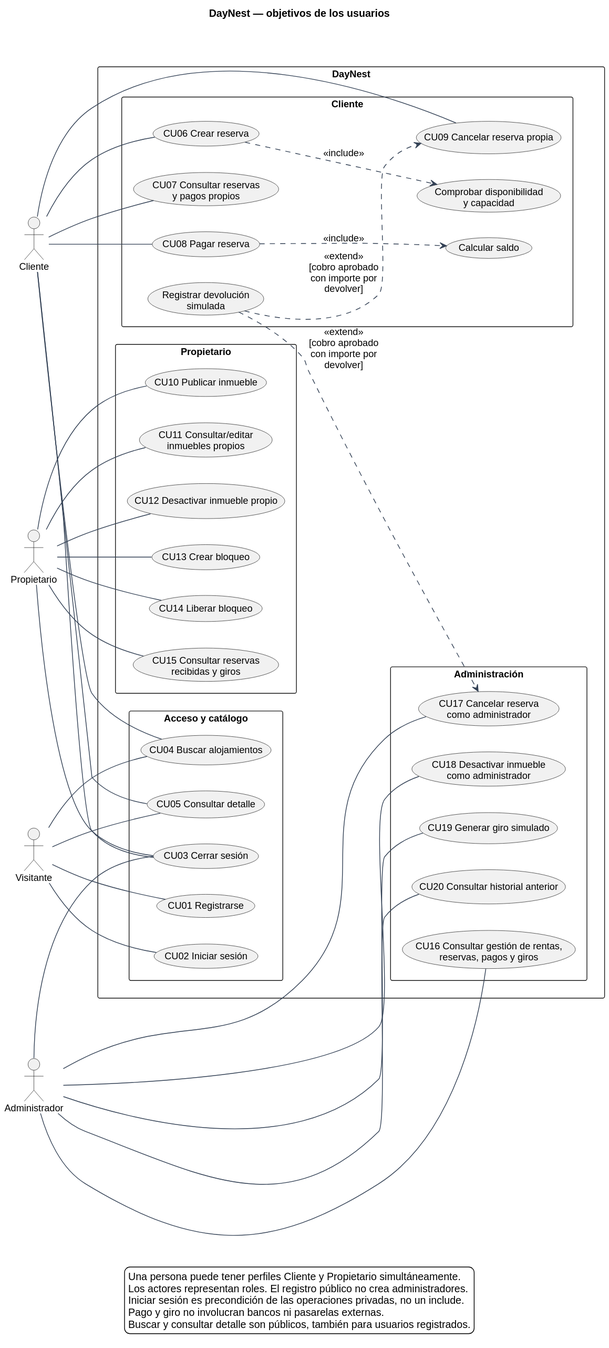
Above: docs/diagramas/02_casos_uso.svg in Davidjp11p07/DayNest (PlantUML), before the change. Its diagram source:
```plantuml
@startuml
!undef USAR_SMETANA
!include estilo.iuml
title DayNest — objetivos de los usuarios
left to right direction
actor Visitante as v
actor Cliente as c
actor Propietario as p
actor Administrador as a
rectangle DayNest {
  package "Acceso y catálogo" {
    usecase "CU01 Registrarse" as registro
    usecase "CU02 Iniciar sesión" as login
    usecase "CU03 Cerrar sesión" as salir
    usecase "CU04 Buscar alojamientos" as buscar
    usecase "CU05 Consultar detalle" as detalle
  }
  package "Cliente" {
    usecase "CU06 Crear reserva" as reservar
    usecase "CU07 Consultar reservas\ny pagos propios" as propias
    usecase "CU08 Pagar reserva" as pagar
    usecase "CU09 Cancelar reserva propia" as cancelar
    usecase "Calcular saldo" as saldo
    usecase "Comprobar disponibilidad\ny capacidad" as comprobar
    usecase "Registrar devolución\nsimulada" as devolver
  }
  package "Propietario" {
    usecase "CU10 Publicar inmueble" as publicar
    usecase "CU11 Consultar/editar\ninmuebles propios" as editar
    usecase "CU12 Desactivar inmueble propio" as desactivar
    usecase "CU13 Crear bloqueo" as bloquear
    usecase "CU14 Liberar bloqueo" as liberar
    usecase "CU15 Consultar reservas\nrecibidas y giros" as recibidas
  }
  package "Administración" {
    usecase "CU16 Consultar gestión de rentas,\nreservas, pagos y giros" as gestionar
    usecase "CU17 Cancelar reserva\ncomo administrador" as cancelarAdmin
    usecase "CU18 Desactivar inmueble\ncomo administrador" as desactivarAdmin
    usecase "CU19 Generar giro simulado" as giro
    usecase "CU20 Consultar historial anterior" as historial
  }
}
v -- registro
v -- login
v -- buscar
v -- detalle
c -- salir
c -- buscar
c -- detalle
c -- reservar
c -- propias
c -- pagar
c -- cancelar
p -- salir
p -- publicar
p -- editar
p -- desactivar
p -- bloquear
p -- liberar
p -- recibidas
a -- salir
a -- gestionar
a -- cancelarAdmin
a -- desactivarAdmin
a -- giro
a -- historial
reservar ..> comprobar : <<include>>
pagar ..> saldo : <<include>>
devolver ..> cancelar : <<extend>>\n[cobro aprobado con importe por devolver]
devolver ..> cancelarAdmin : <<extend>>\n[cobro aprobado con importe por devolver]
legend bottom
  Una persona puede tener perfiles Cliente y Propietario simultáneamente.
  Los actores representan roles. El registro público no crea administradores.
  Iniciar sesión es precondición de las operaciones privadas, no un include.
  Pago y giro no involucran bancos ni pasarelas externas.
  Buscar y consultar detalle son públicos, también para usuarios registrados.
endlegend
@enduml
```
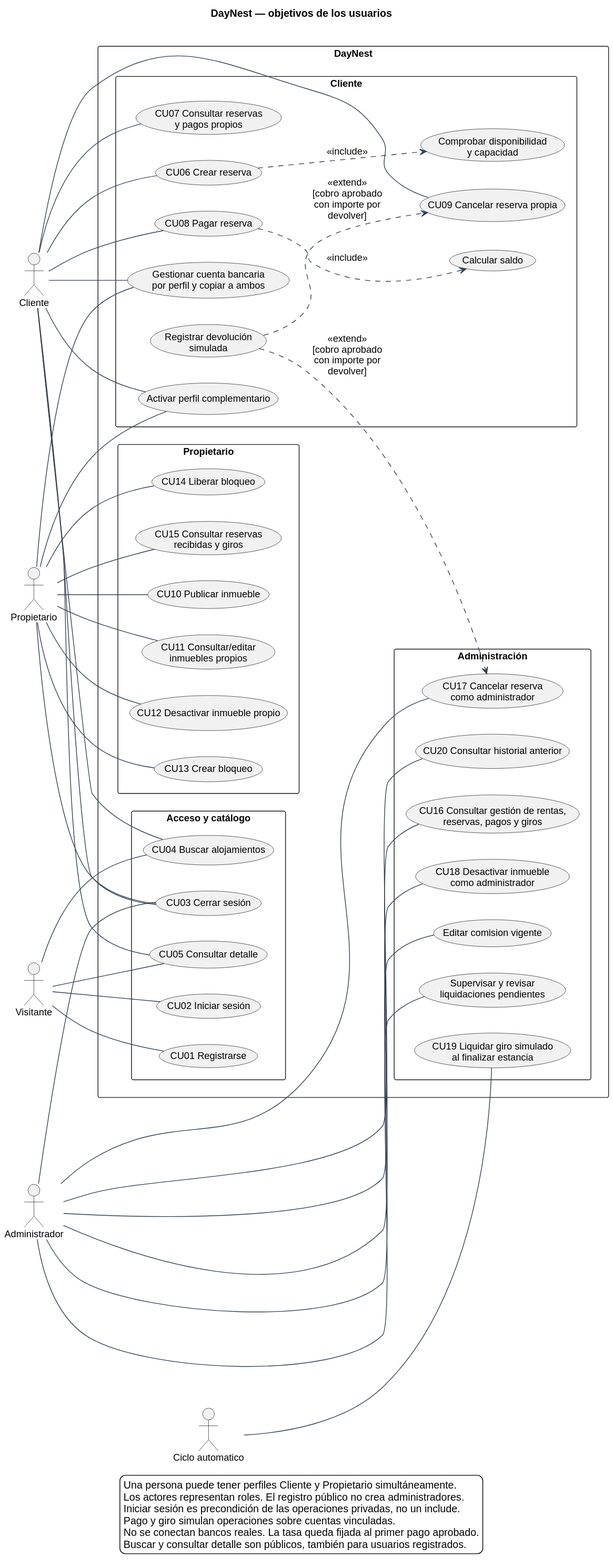
Later version of the same file.

The edit, as a diff of the source:
```diff
@@ -1,4 +1,5 @@
 @startuml
+skinparamlocked metana null
 !undef USAR_SMETANA
 !include estilo.iuml
 title DayNest — objetivos de los usuarios
@@ -7,6 +8,7 @@
 actor Cliente as c
 actor Propietario as p
 actor Administrador as a
+actor "Ciclo automatico" as sistema
 rectangle DayNest {
   package "Acceso y catálogo" {
     usecase "CU01 Registrarse" as registro
@@ -16,6 +18,8 @@
     usecase "CU05 Consultar detalle" as detalle
   }
   package "Cliente" {
+    usecase "Gestionar cuenta bancaria\npor perfil y copiar a ambos" as cuentas
+    usecase "Activar perfil complementario" as perfiles
     usecase "CU06 Crear reserva" as reservar
     usecase "CU07 Consultar reservas\ny pagos propios" as propias
     usecase "CU08 Pagar reserva" as pagar
@@ -36,7 +40,9 @@
     usecase "CU16 Consultar gestión de rentas,\nreservas, pagos y giros" as gestionar
     usecase "CU17 Cancelar reserva\ncomo administrador" as cancelarAdmin
     usecase "CU18 Desactivar inmueble\ncomo administrador" as desactivarAdmin
-    usecase "CU19 Generar giro simulado" as giro
+    usecase "CU19 Liquidar giro simulado\nal finalizar estancia" as giro
+    usecase "Editar comision vigente" as comision
+    usecase "Supervisar y revisar\nliquidaciones pendientes" as supervision
     usecase "CU20 Consultar historial anterior" as historial
   }
 }
@@ -49,6 +55,10 @@
 c -- detalle
 c -- reservar
 c -- propias
+c -- cuentas
+p -- cuentas
+c -- perfiles
+p -- perfiles
 c -- pagar
 c -- cancelar
 p -- salir
@@ -62,7 +72,9 @@
 a -- gestionar
 a -- cancelarAdmin
 a -- desactivarAdmin
-a -- giro
+sistema -- giro
+a -- comision
+a -- supervision
 a -- historial
 reservar ..> comprobar : <<include>>
 pagar ..> saldo : <<include>>
@@ -72,7 +84,8 @@
   Una persona puede tener perfiles Cliente y Propietario simultáneamente.
   Los actores representan roles. El registro público no crea administradores.
   Iniciar sesión es precondición de las operaciones privadas, no un include.
-  Pago y giro no involucran bancos ni pasarelas externas.
+  Pago y giro simulan operaciones sobre cuentas vinculadas.
+  No se conectan bancos reales. La tasa queda fijada al primer pago aprobado.
   Buscar y consultar detalle son públicos, también para usuarios registrados.
 endlegend
 @enduml
```
